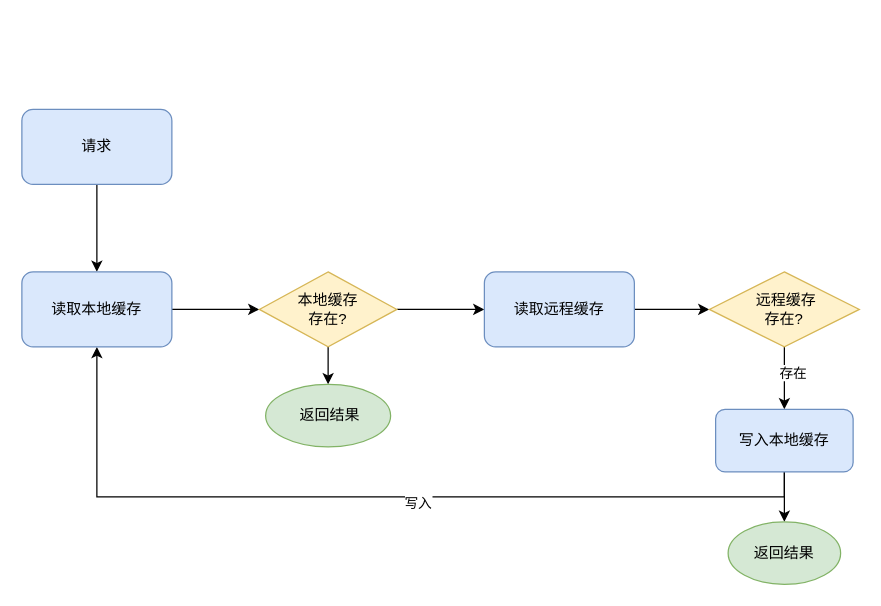
This is draw.io/redis 本地缓存机制.drawio from KeatonLi/pictures, a draw.io file, before an edit. Source tidied: cells renumbered, new cells numbered last; positions are measured from the earlier drawing's top-left corner, leaving out a move shared by most shapes. Both pictures are drawn from the tidied source at 125%, with x=0, y=0 at pixel (21, 109).
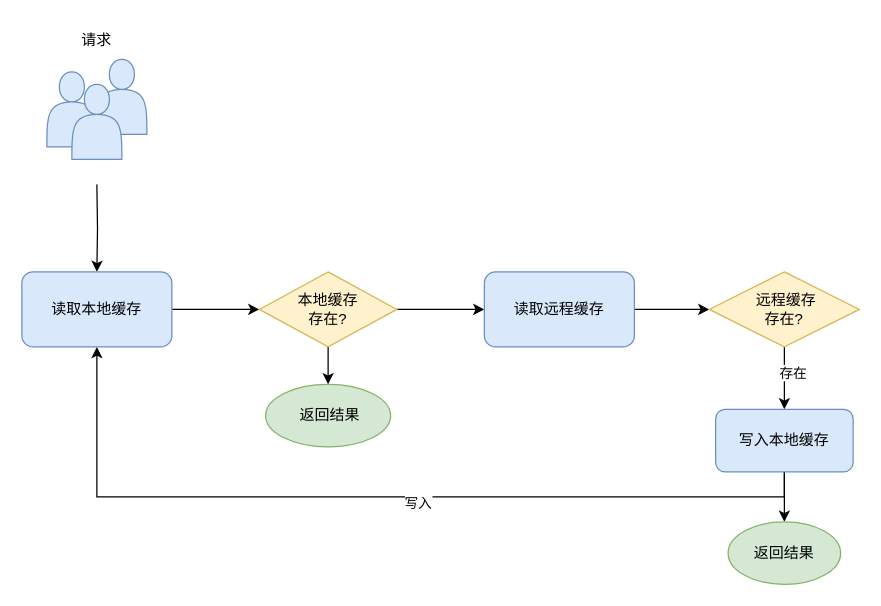
Above is the later version.

Commit message (it also covers changes not shown here):
更新redis 本地缓存机制.drawio

The change refers to these unchanged cells:
```xml
<mxCell id="7" value="读取本地缓存" style="rounded=1;whiteSpace=wrap;html=1;fillColor=#dae8fc;strokeColor=#6c8ebf;" parent="1" vertex="1">
  <mxGeometry y="130" width="120" height="60" as="geometry" />
</mxCell>
```

What changed in the source:
```diff
@@
-    <mxCell id="4" style="edgeStyle=orthogonalEdgeStyle;rounded=0;jettySize=auto;html=1;" parent="1" edge="1" source="5" target="7">
-      <mxGeometry relative="1" as="geometry" />
+    <mxCell id="4" style="edgeStyle=orthogonalEdgeStyle;rounded=0;jettySize=auto;html=1;" parent="1" edge="1" target="7">
+      <mxGeometry relative="1" as="geometry">
+        <mxPoint x="60" y="60" as="sourcePoint" />
+      </mxGeometry>
     </mxCell>
-    <mxCell id="5" value="请求" style="rounded=1;whiteSpace=wrap;html=1;fillColor=#dae8fc;strokeColor=#6c8ebf;" parent="1" vertex="1">
-      <mxGeometry width="120" height="60" as="geometry" />
-    </mxCell>
@@
+    <mxCell id="20" style="shape=actor;whiteSpace=wrap;html=1;fillColor=#dae8fc;strokeColor=#6c8ebf;" parent="1" vertex="1">
+      <mxGeometry x="60" y="-40" width="40" height="60" as="geometry" />
+    </mxCell>
+    <mxCell id="21" style="shape=actor;whiteSpace=wrap;html=1;fillColor=#dae8fc;strokeColor=#6c8ebf;" parent="1" vertex="1">
+      <mxGeometry x="20" y="-30" width="40" height="60" as="geometry" />
+    </mxCell>
+    <mxCell id="22" style="shape=actor;whiteSpace=wrap;html=1;fillColor=#dae8fc;strokeColor=#6c8ebf;" parent="1" vertex="1">
+      <mxGeometry x="40" y="-20" width="40" height="60" as="geometry" />
+    </mxCell>
+    <mxCell id="5" value="请求" style="text;html=1;align=center;verticalAlign=middle;whiteSpace=wrap;rounded=0;" parent="1" vertex="1">
+      <mxGeometry x="30" y="-70" width="60" height="30" as="geometry" />
+    </mxCell>
```
